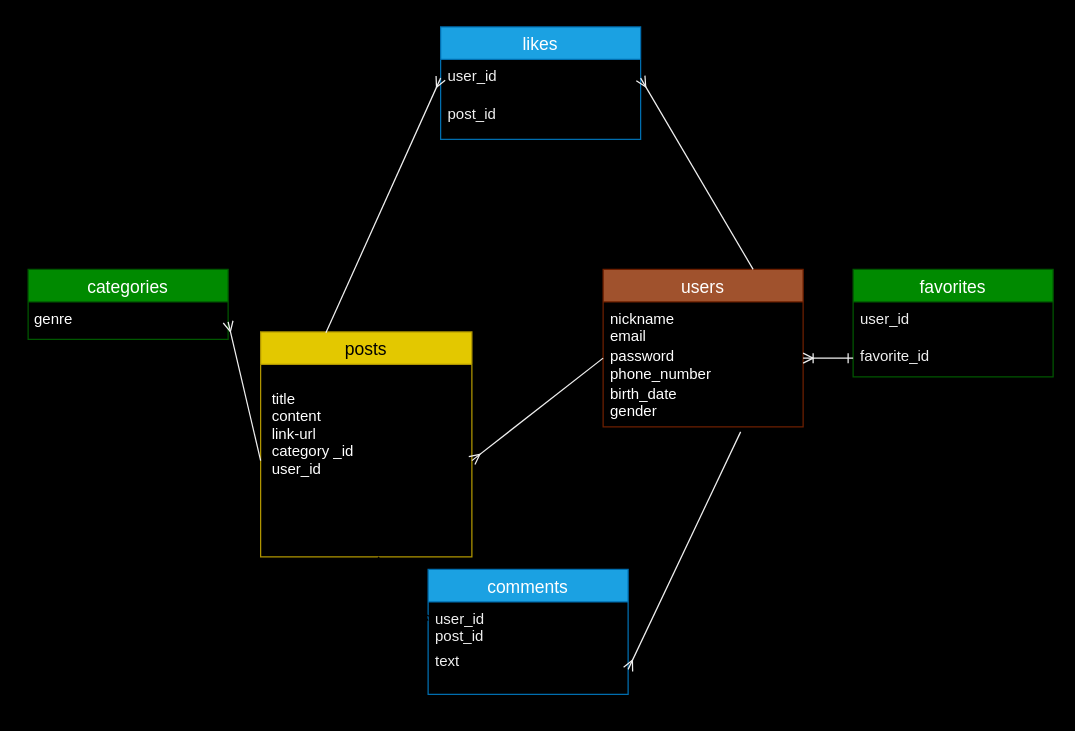
Earlier version of the draw.io diagram ER.dio (k-en7188i/original-app1). Source tidied: cells renumbered, new cells numbered last; positions are measured from the earlier drawing's top-left corner, leaving out a move shared by most shapes. Both pictures are drawn from the tidied source at 125%, with x=0, y=0 at pixel (21, 26).
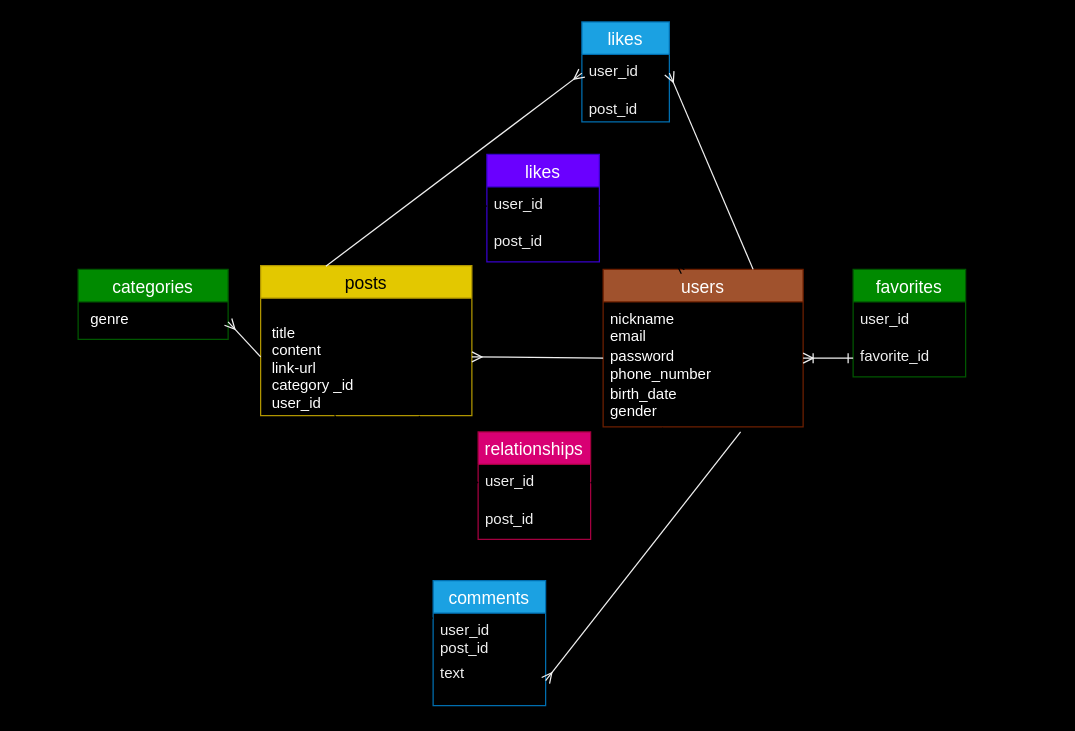
Above is the later version.

The change refers to these unchanged cells:
```xml
<mxCell id="10" value="users" style="swimlane;fontStyle=0;horizontal=1;startSize=26;align=center;fontSize=14;fillColor=#a0522d;fontColor=#ffffff;strokeColor=#6D1F00;" parent="1" vertex="1">
  <mxGeometry x="465" y="194" width="160" height="126" as="geometry" />
</mxCell>
```

Change to the diagram source:
```diff
@@
     <mxCell id="2" value="posts" style="swimlane;fontStyle=0;horizontal=1;startSize=26;align=center;fontSize=14;fillColor=#e3c800;fontColor=#000000;strokeColor=#B09500;" parent="1" vertex="1">
-      <mxGeometry x="191" y="244" width="169" height="180" as="geometry" />
+      <mxGeometry x="191" y="191" width="169" height="120" as="geometry" />
     </mxCell>
     <mxCell id="3" value=" &#10; title &#10; content&#10; link-url&#10; category _id&#10; user_id" style="text;strokeColor=none;fillColor=none;spacingLeft=4;spacingRight=4;overflow=hidden;points=[[0,0.5],[1,0.5]];portConstraint=eastwest;fontSize=12;fontColor=#FFFFFF;" parent="2" vertex="1">
-      <mxGeometry y="26" width="169" height="154" as="geometry" />
+      <mxGeometry y="26" width="169" height="94" as="geometry" />
     </mxCell>
     <mxCell id="4" value="comments" style="swimlane;fontStyle=0;horizontal=1;startSize=26;align=center;fontSize=14;fillColor=#1ba1e2;fontColor=#ffffff;strokeColor=#006EAF;" parent="1" vertex="1">
-      <mxGeometry x="325" y="434" width="160" height="100" as="geometry" />
+      <mxGeometry x="329" y="443" width="90" height="100" as="geometry" />
     </mxCell>
     <mxCell id="5" value="user_id&#10;post_id&#10;" style="text;strokeColor=none;fillColor=none;spacingLeft=4;spacingRight=4;overflow=hidden;fontSize=12;fontColor=#F0F0F0;" parent="4" vertex="1">
-      <mxGeometry y="26" width="160" height="34" as="geometry" />
+      <mxGeometry y="26" width="90" height="34" as="geometry" />
     </mxCell>
     <mxCell id="6" value="text&#10;" style="text;strokeColor=none;fillColor=none;spacingLeft=4;spacingRight=4;overflow=hidden;points=[[0,0.5],[1,0.5]];portConstraint=eastwest;fontSize=12;fontColor=#F0F0F0;" parent="4" vertex="1">
-      <mxGeometry y="60" width="160" height="40" as="geometry" />
+      <mxGeometry y="60" width="90" height="40" as="geometry" />
     </mxCell>
     <mxCell id="7" value="likes" style="swimlane;fontStyle=0;horizontal=1;startSize=26;align=center;fontSize=14;fontColor=#ffffff;fillColor=#1ba1e2;strokeColor=#006EAF;" parent="1" vertex="1">
-      <mxGeometry x="335" width="160" height="90" as="geometry" />
+      <mxGeometry x="448" y="-4" width="70" height="80" as="geometry" />
     </mxCell>
     <mxCell id="8" value="user_id" style="text;strokeColor=none;fillColor=none;spacingLeft=4;spacingRight=4;overflow=hidden;points=[[0,0.5],[1,0.5]];portConstraint=eastwest;fontSize=12;labelBorderColor=none;verticalAlign=top;labelBackgroundColor=none;fontColor=#F0F0F0;" parent="7" vertex="1">
-      <mxGeometry y="26" width="160" height="30" as="geometry" />
+      <mxGeometry y="26" width="70" height="30" as="geometry" />
     </mxCell>
     <mxCell id="9" value="post_id" style="text;strokeColor=none;fillColor=none;spacingLeft=4;spacingRight=4;overflow=hidden;fontSize=12;fontColor=#F0F0F0;" parent="7" vertex="1">
-      <mxGeometry y="56" width="160" height="34" as="geometry" />
+      <mxGeometry y="56" width="70" height="24" as="geometry" />
     </mxCell>
@@
     <mxCell id="14" value="categories" style="swimlane;fontStyle=0;horizontal=1;startSize=26;align=center;fontSize=14;fillColor=#008a00;fontColor=#ffffff;strokeColor=#005700;" parent="1" vertex="1">
-      <mxGeometry x="5" y="194" width="160" height="56" as="geometry" />
+      <mxGeometry x="45" y="194" width="120" height="56" as="geometry" />
     </mxCell>
     <mxCell id="15" value="favorites" style="swimlane;fontStyle=0;horizontal=1;startSize=26;align=center;fontSize=14;fillColor=#008a00;fontColor=#ffffff;strokeColor=#005700;" parent="1" vertex="1">
-      <mxGeometry x="665" y="194" width="160" height="86" as="geometry" />
+      <mxGeometry x="665" y="194" width="90" height="86" as="geometry" />
     </mxCell>
     <mxCell id="16" value="user_id" style="text;strokeColor=none;fillColor=none;spacingLeft=4;spacingRight=4;overflow=hidden;fontSize=12;fontColor=#F0F0F0;" parent="15" vertex="1">
-      <mxGeometry y="26" width="160" height="30" as="geometry" />
+      <mxGeometry y="26" width="90" height="30" as="geometry" />
     </mxCell>
     <mxCell id="17" value="favorite_id" style="text;strokeColor=none;fillColor=none;spacingLeft=4;spacingRight=4;overflow=hidden;points=[[0,0.5],[1,0.5]];portConstraint=eastwest;fontSize=12;fontColor=#F0F0F0;" parent="15" vertex="1">
-      <mxGeometry y="56" width="160" height="30" as="geometry" />
+      <mxGeometry y="56" width="90" height="30" as="geometry" />
     </mxCell>
     <mxCell id="18" value="&lt;font color=&quot;#ffffff&quot;&gt;genre&lt;/font&gt;" style="text;html=1;align=center;verticalAlign=middle;strokeColor=none;fillColor=none;" parent="1" vertex="1">
-      <mxGeometry y="219" width="50" height="30" as="geometry" />
+      <mxGeometry x="45" y="219" width="50" height="30" as="geometry" />
     </mxCell>
@@
-    <mxCell id="25" style="edgeStyle=none;html=1;endArrow=none;endFill=0;startArrow=ERmany;startFill=0;" parent="1" edge="1">
+    <mxCell id="25" style="edgeStyle=none;html=1;endArrow=none;endFill=0;startArrow=ERmany;startFill=0;entryX=0.351;entryY=0.996;entryDx=0;entryDy=0;entryPerimeter=0;" parent="1" edge="1" target="3">
       <mxGeometry relative="1" as="geometry">
         <mxPoint x="325" y="475" as="sourcePoint" />
-        <mxPoint x="285" y="424" as="targetPoint" />
       </mxGeometry>
     </mxCell>
+    <mxCell id="26" value="likes" style="swimlane;fontStyle=0;horizontal=1;startSize=26;align=center;fontSize=14;fillColor=#6a00ff;fontColor=#ffffff;strokeColor=#3700CC;" parent="1" vertex="1">
+      <mxGeometry x="372" y="102" width="90" height="86" as="geometry" />
+    </mxCell>
+    <mxCell id="27" value="user_id" style="text;strokeColor=none;fillColor=none;spacingLeft=4;spacingRight=4;overflow=hidden;points=[[0,0.5],[1,0.5]];portConstraint=eastwest;fontSize=12;fontColor=#F0F0F0;" parent="26" vertex="1">
+      <mxGeometry y="26" width="90" height="30" as="geometry" />
+    </mxCell>
+    <mxCell id="28" value="post_id" style="text;strokeColor=none;fillColor=none;spacingLeft=4;spacingRight=4;overflow=hidden;fontSize=12;fontColor=#F0F0F0;" parent="26" vertex="1">
+      <mxGeometry y="56" width="90" height="30" as="geometry" />
+    </mxCell>
+    <mxCell id="29" value="relationships" style="swimlane;fontStyle=0;horizontal=1;startSize=26;align=center;fontSize=14;fillColor=#d80073;fontColor=#ffffff;strokeColor=#A50040;" parent="1" vertex="1">
+      <mxGeometry x="365" y="324" width="90" height="86" as="geometry" />
+    </mxCell>
+    <mxCell id="30" value="user_id" style="text;strokeColor=none;fillColor=none;spacingLeft=4;spacingRight=4;overflow=hidden;points=[[0,0.5],[1,0.5]];portConstraint=eastwest;fontSize=12;fontColor=#F0F0F0;" parent="29" vertex="1">
+      <mxGeometry y="26" width="90" height="30" as="geometry" />
+    </mxCell>
+    <mxCell id="31" value="post_id" style="text;strokeColor=none;fillColor=none;spacingLeft=4;spacingRight=4;overflow=hidden;fontSize=12;fontColor=#F0F0F0;" parent="29" vertex="1">
+      <mxGeometry y="56" width="90" height="30" as="geometry" />
+    </mxCell>
+    <mxCell id="32" style="edgeStyle=none;html=1;exitX=1;exitY=0.5;exitDx=0;exitDy=0;endArrow=ERoneToMany;endFill=0;" parent="1" edge="1" source="30">
+      <mxGeometry relative="1" as="geometry">
+        <mxPoint x="515" y="324" as="targetPoint" />
+      </mxGeometry>
+    </mxCell>
+    <mxCell id="33" style="edgeStyle=none;html=1;exitX=0;exitY=0.5;exitDx=0;exitDy=0;endArrow=ERoneToMany;endFill=0;" parent="1" edge="1" source="30">
+      <mxGeometry relative="1" as="geometry">
+        <mxPoint x="315" y="314" as="targetPoint" />
+      </mxGeometry>
+    </mxCell>
+    <mxCell id="34" style="edgeStyle=none;html=1;exitX=1;exitY=0.5;exitDx=0;exitDy=0;entryX=0.406;entryY=0.003;entryDx=0;entryDy=0;entryPerimeter=0;endArrow=ERoneToMany;endFill=0;" parent="1" edge="1" source="27" target="10">
+      <mxGeometry relative="1" as="geometry" />
+    </mxCell>
+    <mxCell id="35" style="edgeStyle=none;html=1;exitX=0;exitY=0.5;exitDx=0;exitDy=0;endArrow=ERoneToMany;endFill=0;" parent="1" edge="1" source="27">
+      <mxGeometry relative="1" as="geometry">
+        <mxPoint x="325" y="184" as="targetPoint" />
+      </mxGeometry>
+    </mxCell>
```
